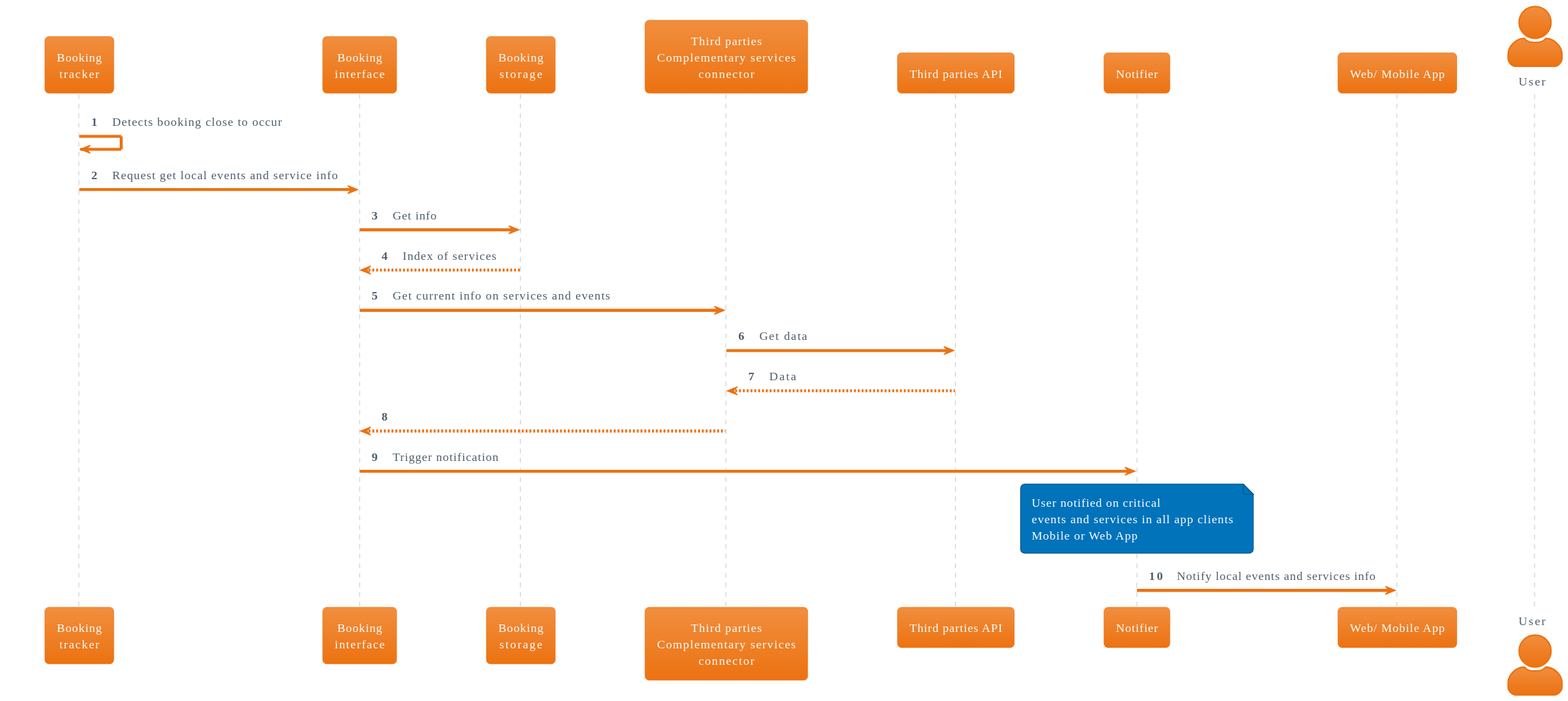
Earlier version of the PlantUML export doc/use_cases/notification_local_events.svg (relic-da/ArchEnemies).
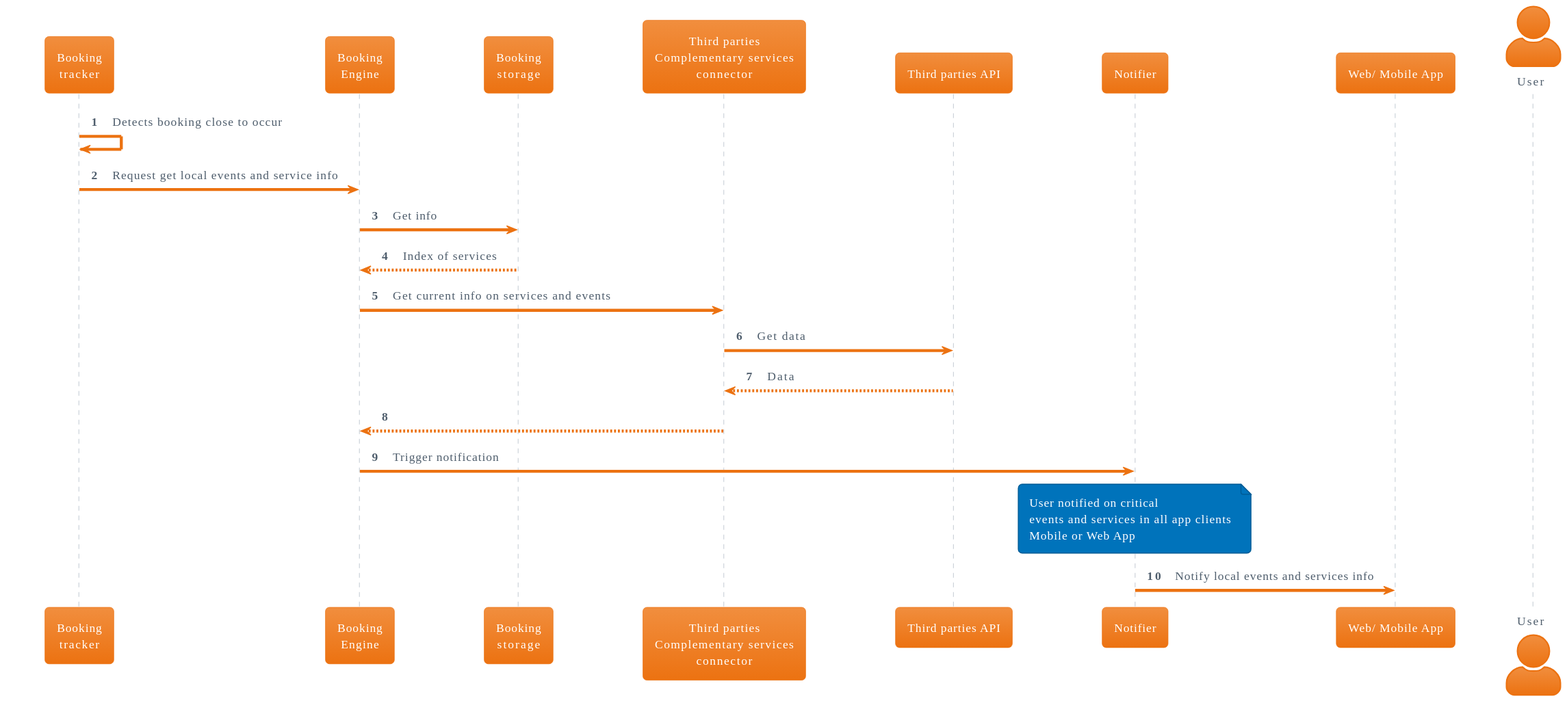
The same file after the commit.

Diff of the diagram source:
```diff
@@ -7,7 +7,7 @@
 
 
 participant "Booking\ntracker" as booking_tracker
-participant "Booking\ninterface" as booking_interface
+participant "Booking\nEngine" as booking_engine
 participant "Booking\nstorage" as booking_storage
 participant "Third parties\nComplementary services\nconnector" as third_parties_connector
 participant "Third parties API" as third_parties_api
@@ -16,14 +16,14 @@
 actor "User" as user
 
 booking_tracker -> booking_tracker: Detects booking close to occur
-booking_tracker -> booking_interface: Request get local events and service info
-booking_interface -> booking_storage: Get info
+booking_tracker -> booking_engine: Request get local events and service info
+booking_engine -> booking_storage: Get info
 return Index of services
-booking_interface -> third_parties_connector: Get current info on services and events
+booking_engine -> third_parties_connector: Get current info on services and events
 third_parties_connector -> third_parties_api: Get data
 return Data
-third_parties_connector --> booking_interface
-booking_interface -> notifier: Trigger notification
+third_parties_connector --> booking_engine
+booking_engine -> notifier: Trigger notification
 note over notifier
     User notified on critical
     events and services in all app clients
```
